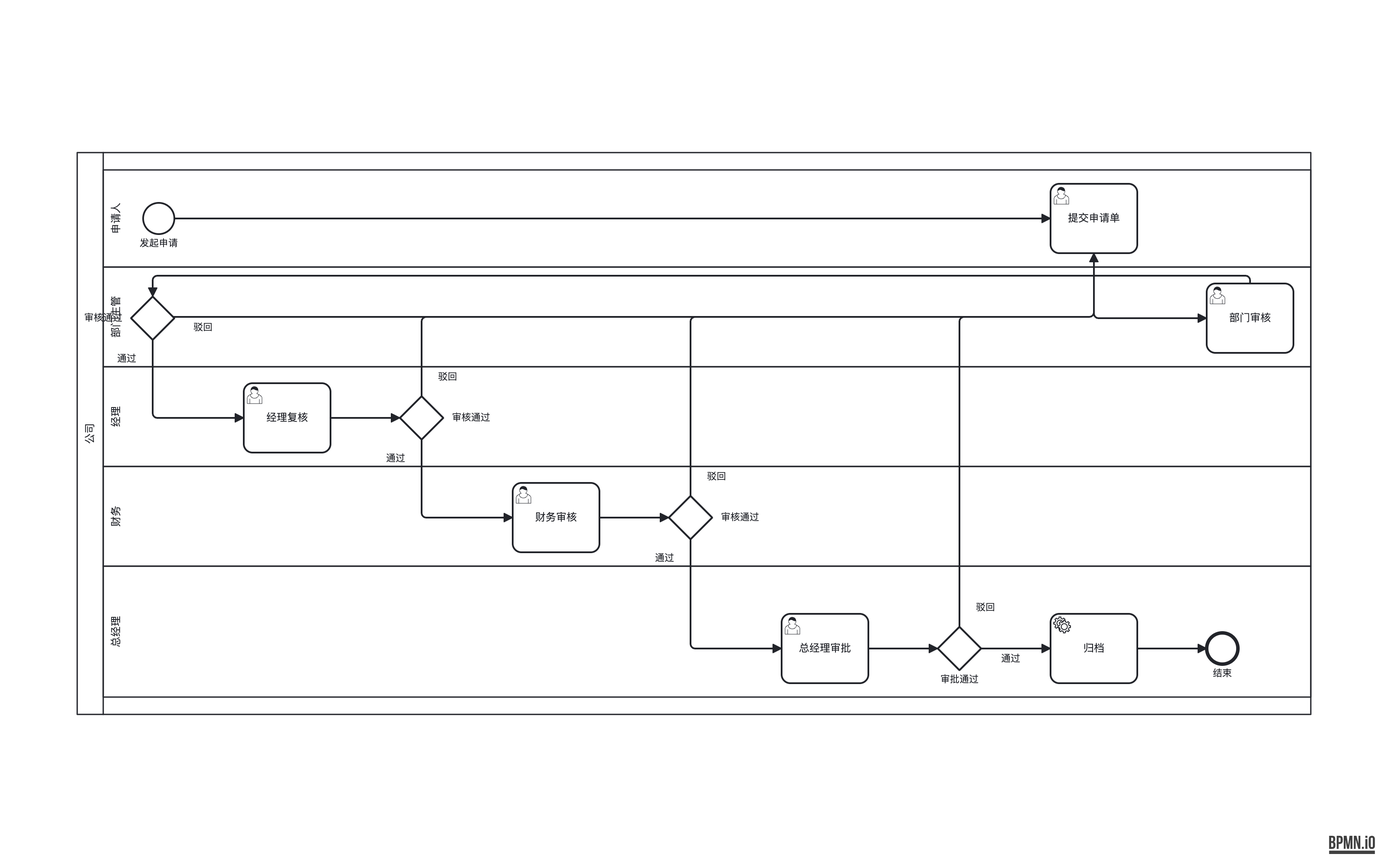
Above: out-bpmn-png/39-approval-reject-merge.png in LcpMarvel/tramito-layout (BPMN), before the change. Its source is kept beside it as out-xml/39-approval-reject-merge.bpmn. Ids are renumbered.
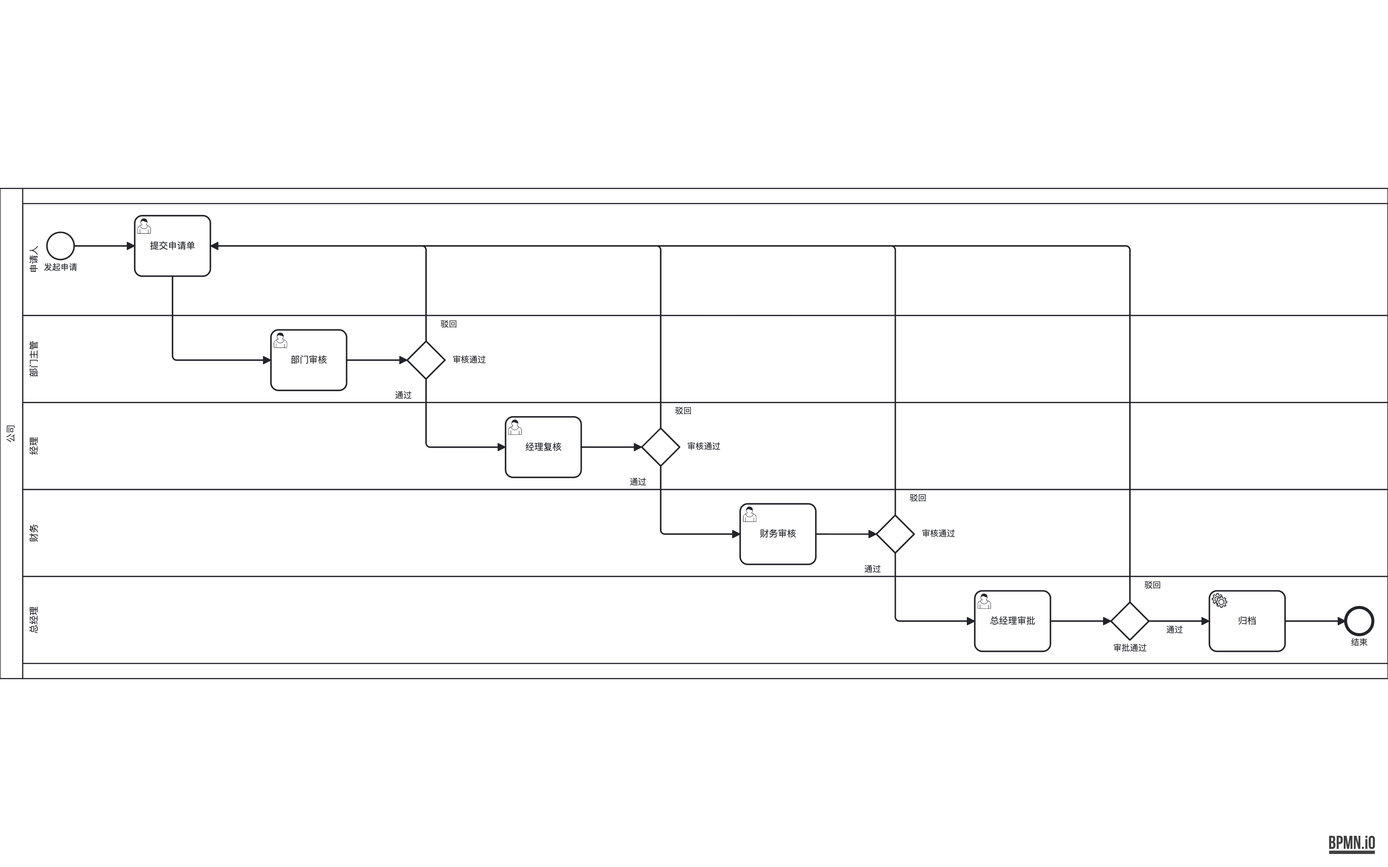
After the commit.

Change to the diagram source:
```diff
@@ -100,176 +100,171 @@
   <bpmndi:BPMNDiagram id="BPMNDiagram_definitions_approval_reject_merge" name="BPMNDiagram">
     <bpmndi:BPMNPlane id="BPMNPlane_definitions_approval_reject_merge" bpmnElement="collaboration_1">
       <bpmndi:BPMNShape id="collaboration_1_di" bpmnElement="collaboration_1">
-        <dc:Bounds x="0" y="0" width="1422" height="648" />
+        <dc:Bounds x="0" y="0" width="1834" height="648" />
       </bpmndi:BPMNShape>
       <bpmndi:BPMNShape id="pool_company_di" bpmnElement="pool_company" isHorizontal="true">
-        <dc:Bounds x="0" y="0" width="1422" height="648" />
+        <dc:Bounds x="0" y="0" width="1834" height="648" />
       </bpmndi:BPMNShape>
       <bpmndi:BPMNShape id="lane_applicant_di" bpmnElement="lane_applicant" isHorizontal="true">
-        <dc:Bounds x="30" y="20" width="1392" height="112" />
+        <dc:Bounds x="30" y="20" width="1804" height="148" />
       </bpmndi:BPMNShape>
       <bpmndi:BPMNShape id="start_apply_di" bpmnElement="start_apply">
-        <dc:Bounds x="76" y="58" width="36" height="36" />
+        <dc:Bounds x="62" y="58" width="36" height="36" />
         <bpmndi:BPMNLabel>
-          <dc:Bounds x="44" y="98" width="100" height="14" />
+          <dc:Bounds x="30" y="98" width="100" height="14" />
         </bpmndi:BPMNLabel>
       </bpmndi:BPMNShape>
       <bpmndi:BPMNShape id="task_submit_di" bpmnElement="task_submit">
-        <dc:Bounds x="1122" y="36" width="100" height="80" />
+        <dc:Bounds x="178" y="36" width="100" height="80" />
       </bpmndi:BPMNShape>
       <bpmndi:BPMNShape id="lane_dept_di" bpmnElement="lane_dept" isHorizontal="true">
-        <dc:Bounds x="30" y="132" width="1392" height="115" />
+        <dc:Bounds x="30" y="168" width="1804" height="115" />
       </bpmndi:BPMNShape>
       <bpmndi:BPMNShape id="task_dept_di" bpmnElement="task_dept">
-        <dc:Bounds x="1302" y="151" width="100" height="80" />
+        <dc:Bounds x="358" y="187" width="100" height="80" />
       </bpmndi:BPMNShape>
       <bpmndi:BPMNShape id="gw_dept_di" bpmnElement="gw_dept">
-        <dc:Bounds x="62" y="166" width="50" height="50" />
+        <dc:Bounds x="538" y="202" width="50" height="50" />
         <bpmndi:BPMNLabel>
-          <dc:Bounds x="2" y="184" width="56" height="14" />
+          <dc:Bounds x="592" y="220" width="56" height="14" />
         </bpmndi:BPMNLabel>
       </bpmndi:BPMNShape>
       <bpmndi:BPMNShape id="lane_manager_di" bpmnElement="lane_manager" isHorizontal="true">
-        <dc:Bounds x="30" y="247" width="1392" height="115" />
+        <dc:Bounds x="30" y="283" width="1804" height="115" />
       </bpmndi:BPMNShape>
       <bpmndi:BPMNShape id="task_mgr_di" bpmnElement="task_mgr">
-        <dc:Bounds x="192" y="266" width="100" height="80" />
+        <dc:Bounds x="668" y="302" width="100" height="80" />
       </bpmndi:BPMNShape>
       <bpmndi:BPMNShape id="gw_mgr_di" bpmnElement="gw_mgr">
-        <dc:Bounds x="372" y="281" width="50" height="50" />
+        <dc:Bounds x="848" y="317" width="50" height="50" />
         <bpmndi:BPMNLabel>
-          <dc:Bounds x="426" y="299" width="56" height="14" />
+          <dc:Bounds x="902" y="335" width="56" height="14" />
         </bpmndi:BPMNLabel>
       </bpmndi:BPMNShape>
       <bpmndi:BPMNShape id="lane_finance_di" bpmnElement="lane_finance" isHorizontal="true">
-        <dc:Bounds x="30" y="362" width="1392" height="115" />
+        <dc:Bounds x="30" y="398" width="1804" height="115" />
       </bpmndi:BPMNShape>
       <bpmndi:BPMNShape id="task_fin_di" bpmnElement="task_fin">
-        <dc:Bounds x="502" y="381" width="100" height="80" />
+        <dc:Bounds x="978" y="417" width="100" height="80" />
       </bpmndi:BPMNShape>
       <bpmndi:BPMNShape id="gw_fin_di" bpmnElement="gw_fin">
-        <dc:Bounds x="682" y="396" width="50" height="50" />
+        <dc:Bounds x="1158" y="432" width="50" height="50" />
         <bpmndi:BPMNLabel>
-          <dc:Bounds x="736" y="414" width="56" height="14" />
+          <dc:Bounds x="1212" y="450" width="56" height="14" />
         </bpmndi:BPMNLabel>
       </bpmndi:BPMNShape>
       <bpmndi:BPMNShape id="lane_gm_di" bpmnElement="lane_gm" isHorizontal="true">
-        <dc:Bounds x="30" y="477" width="1392" height="151" />
+        <dc:Bounds x="30" y="513" width="1804" height="115" />
       </bpmndi:BPMNShape>
       <bpmndi:BPMNShape id="task_gm_di" bpmnElement="task_gm">
-        <dc:Bounds x="812" y="532" width="100" height="80" />
+        <dc:Bounds x="1288" y="532" width="100" height="80" />
       </bpmndi:BPMNShape>
       <bpmndi:BPMNShape id="gw_gm_di" bpmnElement="gw_gm">
-        <dc:Bounds x="992" y="547" width="50" height="50" />
+        <dc:Bounds x="1468" y="547" width="50" height="50" />
         <bpmndi:BPMNLabel>
-          <dc:Bounds x="989" y="601" width="56" height="14" />
+          <dc:Bounds x="1465" y="601" width="56" height="14" />
         </bpmndi:BPMNLabel>
       </bpmndi:BPMNShape>
       <bpmndi:BPMNShape id="task_archive_di" bpmnElement="task_archive">
-        <dc:Bounds x="1122" y="532" width="100" height="80" />
+        <dc:Bounds x="1598" y="532" width="100" height="80" />
       </bpmndi:BPMNShape>
       <bpmndi:BPMNShape id="end_done_di" bpmnElement="end_done">
-        <dc:Bounds x="1302" y="554" width="36" height="36" />
+        <dc:Bounds x="1778" y="554" width="36" height="36" />
         <bpmndi:BPMNLabel>
-          <dc:Bounds x="1270" y="594" width="100" height="14" />
+          <dc:Bounds x="1746" y="594" width="100" height="14" />
         </bpmndi:BPMNLabel>
       </bpmndi:BPMNShape>
       <bpmndi:BPMNEdge id="f_start_submit_di" bpmnElement="f_start_submit">
-        <di:waypoint x="112" y="76" />
-        <di:waypoint x="1122" y="76" />
+        <di:waypoint x="98" y="76" />
+        <di:waypoint x="178" y="76" />
       </bpmndi:BPMNEdge>
       <bpmndi:BPMNEdge id="f_submit_dept_di" bpmnElement="f_submit_dept">
-        <di:waypoint x="1172" y="116" />
-        <di:waypoint x="1172" y="191" />
-        <di:waypoint x="1302" y="191" />
+        <di:waypoint x="228" y="116" />
+        <di:waypoint x="228" y="227" />
+        <di:waypoint x="358" y="227" />
       </bpmndi:BPMNEdge>
       <bpmndi:BPMNEdge id="f_dept_gw_di" bpmnElement="f_dept_gw">
-        <di:waypoint x="1352" y="151" />
-        <di:waypoint x="1352" y="142" />
-        <di:waypoint x="87" y="142" />
-        <di:waypoint x="87" y="166" />
+        <di:waypoint x="458" y="227" />
+        <di:waypoint x="538" y="227" />
       </bpmndi:BPMNEdge>
       <bpmndi:BPMNEdge id="f_dept_pass_di" bpmnElement="f_dept_pass">
-        <di:waypoint x="87" y="216" />
-        <di:waypoint x="87" y="306" />
-        <di:waypoint x="192" y="306" />
+        <di:waypoint x="563" y="252" />
+        <di:waypoint x="563" y="342" />
+        <di:waypoint x="668" y="342" />
         <bpmndi:BPMNLabel>
-          <dc:Bounds x="32" y="231" width="50" height="14" />
+          <dc:Bounds x="508" y="267" width="50" height="14" />
         </bpmndi:BPMNLabel>
       </bpmndi:BPMNEdge>
       <bpmndi:BPMNEdge id="f_dept_reject_di" bpmnElement="f_dept_reject">
-        <di:waypoint x="110.5" y="189.5" />
-        <di:waypoint x="1172" y="189.5" />
-        <di:waypoint x="1172" y="116" />
+        <di:waypoint x="563" y="202" />
+        <di:waypoint x="563" y="76" />
+        <di:waypoint x="278" y="76" />
         <bpmndi:BPMNLabel>
-          <dc:Bounds x="119.5" y="194.5" width="50" height="14" />
+          <dc:Bounds x="568" y="173" width="50" height="14" />
         </bpmndi:BPMNLabel>
       </bpmndi:BPMNEdge>
       <bpmndi:BPMNEdge id="f_mgr_gw_di" bpmnElement="f_mgr_gw">
-        <di:waypoint x="292" y="306" />
-        <di:waypoint x="372" y="306" />
+        <di:waypoint x="768" y="342" />
+        <di:waypoint x="848" y="342" />
       </bpmndi:BPMNEdge>
       <bpmndi:BPMNEdge id="f_mgr_pass_di" bpmnElement="f_mgr_pass">
-        <di:waypoint x="397" y="331" />
-        <di:waypoint x="397" y="421" />
-        <di:waypoint x="502" y="421" />
+        <di:waypoint x="873" y="367" />
+        <di:waypoint x="873" y="457" />
+        <di:waypoint x="978" y="457" />
         <bpmndi:BPMNLabel>
-          <dc:Bounds x="342" y="346" width="50" height="14" />
+          <dc:Bounds x="818" y="382" width="50" height="14" />
         </bpmndi:BPMNLabel>
       </bpmndi:BPMNEdge>
       <bpmndi:BPMNEdge id="f_mgr_reject_di" bpmnElement="f_mgr_reject">
-        <di:waypoint x="397" y="281" />
-        <di:waypoint x="397" y="189.5" />
-        <di:waypoint x="1172" y="189.5" />
-        <di:waypoint x="1172" y="116" />
+        <di:waypoint x="873" y="317" />
+        <di:waypoint x="873" y="76" />
+        <di:waypoint x="278" y="76" />
         <bpmndi:BPMNLabel>
-          <dc:Bounds x="402" y="252" width="50" height="14" />
+          <dc:Bounds x="878" y="288" width="50" height="14" />
         </bpmndi:BPMNLabel>
       </bpmndi:BPMNEdge>
       <bpmndi:BPMNEdge id="f_fin_gw_di" bpmnElement="f_fin_gw">
-        <di:waypoint x="602" y="421" />
-        <di:waypoint x="682" y="421" />
+        <di:waypoint x="1078" y="457" />
+        <di:waypoint x="1158" y="457" />
       </bpmndi:BPMNEdge>
       <bpmndi:BPMNEdge id="f_fin_pass_di" bpmnElement="f_fin_pass">
-        <di:waypoint x="707" y="446" />
-        <di:waypoint x="707" y="572" />
-        <di:waypoint x="812" y="572" />
+        <di:waypoint x="1183" y="482" />
+        <di:waypoint x="1183" y="572" />
+        <di:waypoint x="1288" y="572" />
         <bpmndi:BPMNLabel>
-          <dc:Bounds x="652" y="461" width="50" height="14" />
+          <dc:Bounds x="1128" y="497" width="50" height="14" />
         </bpmndi:BPMNLabel>
       </bpmndi:BPMNEdge>
       <bpmndi:BPMNEdge id="f_fin_reject_di" bpmnElement="f_fin_reject">
-        <di:waypoint x="707" y="396" />
-        <di:waypoint x="707" y="189.5" />
-        <di:waypoint x="1172" y="189.5" />
-        <di:waypoint x="1172" y="116" />
+        <di:waypoint x="1183" y="432" />
+        <di:waypoint x="1183" y="76" />
+        <di:waypoint x="278" y="76" />
         <bpmndi:BPMNLabel>
-          <dc:Bounds x="712" y="367" width="50" height="14" />
+          <dc:Bounds x="1188" y="403" width="50" height="14" />
         </bpmndi:BPMNLabel>
       </bpmndi:BPMNEdge>
       <bpmndi:BPMNEdge id="f_gm_gw_di" bpmnElement="f_gm_gw">
-        <di:waypoint x="912" y="572" />
-        <di:waypoint x="992" y="572" />
+        <di:waypoint x="1388" y="572" />
+        <di:waypoint x="1468" y="572" />
       </bpmndi:BPMNEdge>
       <bpmndi:BPMNEdge id="f_gm_pass_di" bpmnElement="f_gm_pass">
-        <di:waypoint x="1042" y="572" />
-        <di:waypoint x="1122" y="572" />
+        <di:waypoint x="1518" y="572" />
+        <di:waypoint x="1598" y="572" />
         <bpmndi:BPMNLabel>
-          <dc:Bounds x="1051" y="577" width="50" height="14" />
+          <dc:Bounds x="1527" y="577" width="50" height="14" />
         </bpmndi:BPMNLabel>
       </bpmndi:BPMNEdge>
       <bpmndi:BPMNEdge id="f_gm_reject_di" bpmnElement="f_gm_reject">
-        <di:waypoint x="1017" y="547" />
-        <di:waypoint x="1017" y="189.5" />
-        <di:waypoint x="1172" y="189.5" />
-        <di:waypoint x="1172" y="116" />
+        <di:waypoint x="1493" y="547" />
+        <di:waypoint x="1493" y="76" />
+        <di:waypoint x="278" y="76" />
         <bpmndi:BPMNLabel>
-          <dc:Bounds x="1022" y="518" width="50" height="14" />
+          <dc:Bounds x="1498" y="518" width="50" height="14" />
         </bpmndi:BPMNLabel>
       </bpmndi:BPMNEdge>
       <bpmndi:BPMNEdge id="f_archive_end_di" bpmnElement="f_archive_end">
-        <di:waypoint x="1222" y="572" />
-        <di:waypoint x="1302" y="572" />
+        <di:waypoint x="1698" y="572" />
+        <di:waypoint x="1778" y="572" />
       </bpmndi:BPMNEdge>
     </bpmndi:BPMNPlane>
   </bpmndi:BPMNDiagram>
```
